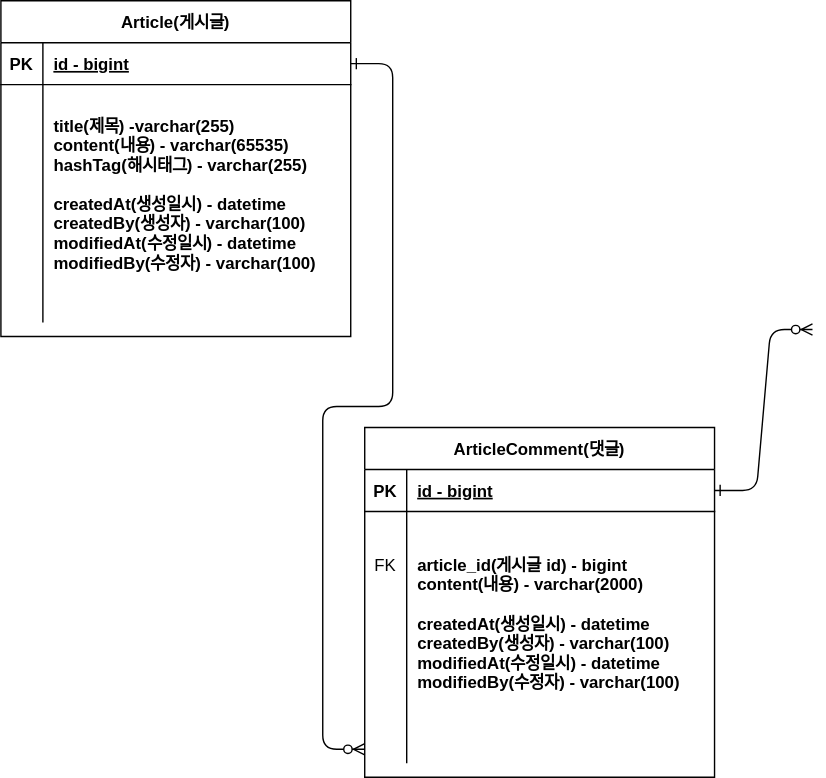
Above: document/project-board-erd.svg in DongGonJeong/dk-project-board (draw.io), before the change. Source tidied: cells renumbered, new cells last; positions are measured from the earlier drawing's top-left corner, leaving out a move shared by most shapes.
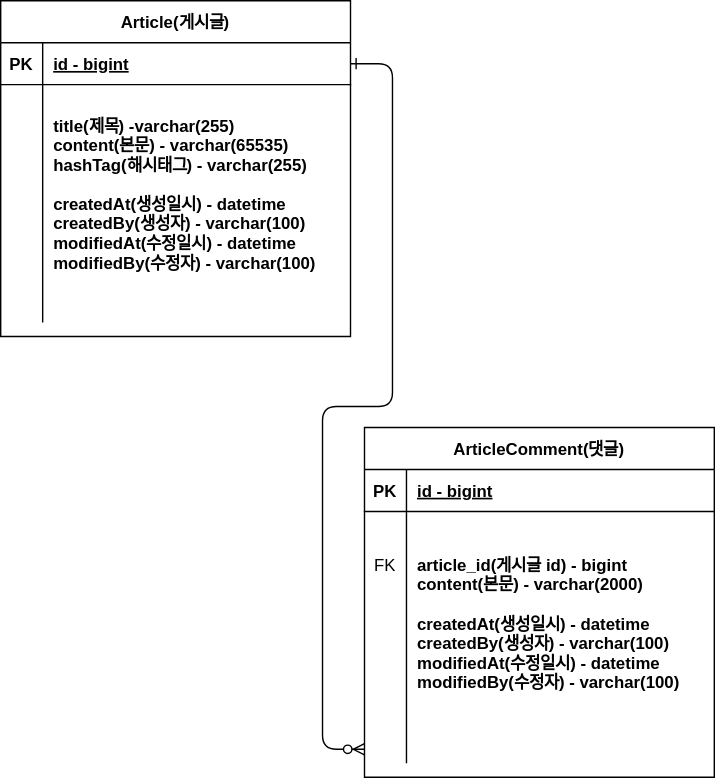
Later version of the same file.

Commit message:
#8 - ERD 주석 업데이트: project-board-erd.svg

Diff of the diagram source:
```diff
@@ -5,11 +5,6 @@
     <mxCell id="2" style="edgeStyle=entityRelationEdgeStyle;endArrow=ERzeroToMany;startArrow=ERone;endFill=1;startFill=0;" parent="1" edge="1" source="15" target="11">
       <mxGeometry relative="1" as="geometry" />
     </mxCell>
-    <mxCell id="3" style="edgeStyle=entityRelationEdgeStyle;endArrow=ERzeroToMany;startArrow=ERone;endFill=1;startFill=0;" parent="1" edge="1" source="5">
-      <mxGeometry relative="1" as="geometry">
-        <mxPoint x="580" y="235" as="targetPoint" />
-      </mxGeometry>
-    </mxCell>
     <mxCell id="4" value="ArticleComment(댓글)" style="shape=table;startSize=30;rowLines=0;fontStyle=1;align=center;" parent="1" vertex="1">
       <mxGeometry x="260" y="305" width="250" height="250" as="geometry" />
     </mxCell>
@@ -28,7 +23,7 @@
     <mxCell id="9" value="FK&#10;&#10;&#10;&#10;&#10;&#10;" style="shape=partialRectangle;overflow=hidden;fillColor=none;top=0;left=0;bottom=0;right=0;" parent="8" vertex="1">
       <mxGeometry width="30" height="160" as="geometry" />
     </mxCell>
-    <mxCell id="10" value="&#10;article_id(게시글 id) - bigint&#10;content(내용) - varchar(2000)&#10;&#10;createdAt(생성일시) - datetime&#10;createdBy(생성자) - varchar(100)&#10;modifiedAt(수정일시) - datetime&#10;modifiedBy(수정자) - varchar(100)&#10;" style="shape=partialRectangle;overflow=hidden;fillColor=none;top=0;left=0;bottom=0;right=0;align=left;spacingLeft=6;fontStyle=1;" parent="8" vertex="1">
+    <mxCell id="10" value="&#10;article_id(게시글 id) - bigint&#10;content(본문) - varchar(2000)&#10;&#10;createdAt(생성일시) - datetime&#10;createdBy(생성자) - varchar(100)&#10;modifiedAt(수정일시) - datetime&#10;modifiedBy(수정자) - varchar(100)&#10;" style="shape=partialRectangle;overflow=hidden;fillColor=none;top=0;left=0;bottom=0;right=0;align=left;spacingLeft=6;fontStyle=1;" parent="8" vertex="1">
       <mxGeometry x="30" width="220" height="160" as="geometry" />
     </mxCell>
     <mxCell id="11" style="shape=partialRectangle;fillColor=none;points=[[0,0.5],[1,0.5]];portConstraint=eastwest;top=0;left=0;right=0;bottom=0;" parent="4" vertex="1">
@@ -58,7 +53,7 @@
     <mxCell id="19" style="shape=partialRectangle;overflow=hidden;fillColor=none;top=0;left=0;bottom=0;right=0;" parent="18" vertex="1">
       <mxGeometry width="30" height="170" as="geometry" />
     </mxCell>
-    <mxCell id="20" value="&#10;title(제목) -varchar(255)&#10;content(내용) - varchar(65535)&#10;hashTag(해시태그) - varchar(255)&#10;&#10;createdAt(생성일시) - datetime&#10;createdBy(생성자) - varchar(100)&#10;modifiedAt(수정일시) - datetime&#10;modifiedBy(수정자) - varchar(100)&#10;&#10;" style="shape=partialRectangle;overflow=hidden;fillColor=none;top=0;left=0;bottom=0;right=0;align=left;spacingLeft=6;fontStyle=1;" parent="18" vertex="1">
+    <mxCell id="20" value="&#10;title(제목) -varchar(255)&#10;content(본문) - varchar(65535)&#10;hashTag(해시태그) - varchar(255)&#10;&#10;createdAt(생성일시) - datetime&#10;createdBy(생성자) - varchar(100)&#10;modifiedAt(수정일시) - datetime&#10;modifiedBy(수정자) - varchar(100)&#10;&#10;" style="shape=partialRectangle;overflow=hidden;fillColor=none;top=0;left=0;bottom=0;right=0;align=left;spacingLeft=6;fontStyle=1;" parent="18" vertex="1">
       <mxGeometry x="30" width="220" height="170" as="geometry" />
     </mxCell>
   </root>
```
